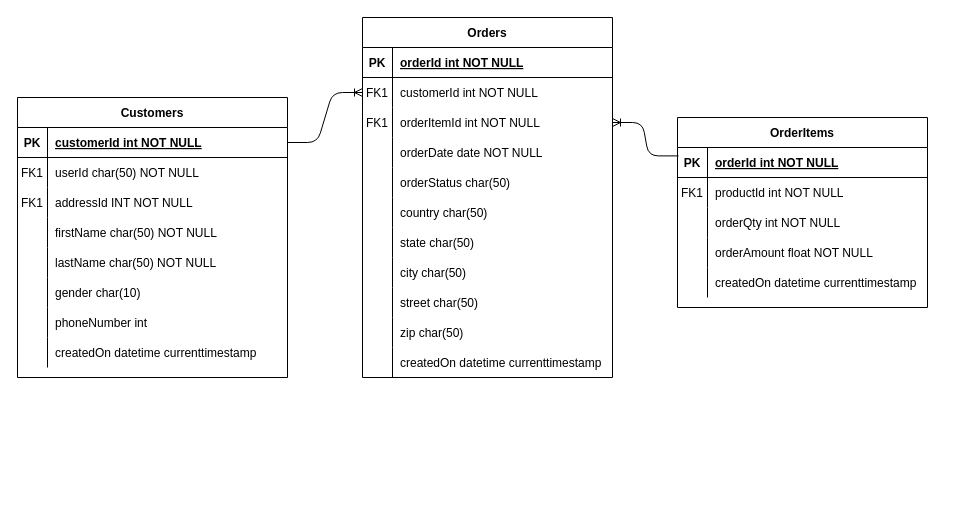
Above: page "Orders" (5 of 6) of ERD.drawio in jacupan/e-commerce (draw.io), before the change. Source tidied: cells renumbered, new cells numbered last; positions are measured from the earlier drawing's top-left corner, leaving out a move shared by most shapes. Both pictures are drawn from the tidied source at 100%, with x=0, y=0 at pixel (17, 17).
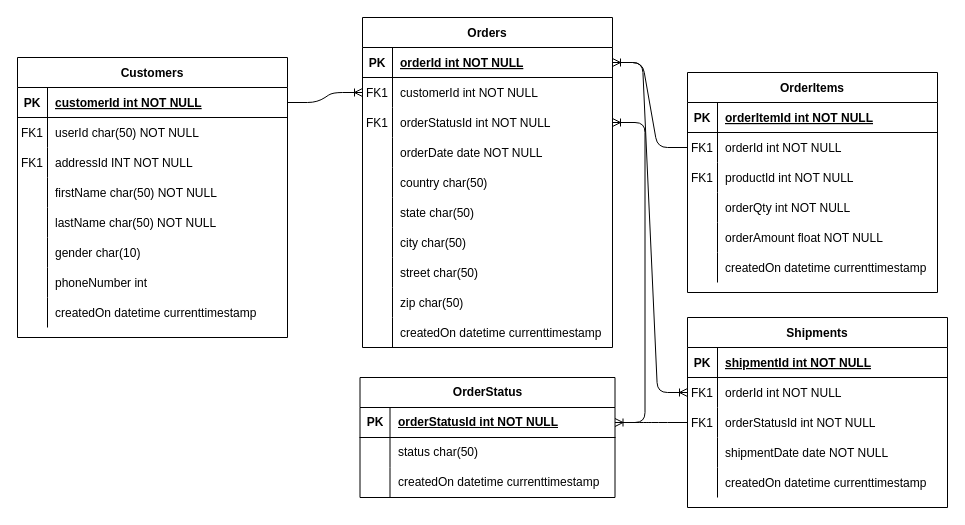
Above is the later version.

Unchanged cells that the change refers to:
```xml
<mxCell id="3" style="shape=partialRectangle;fillColor=none;points=[[0,0.5],[1,0.5]];portConstraint=eastwest;top=0;left=0;right=0;bottom=1;" parent="2" vertex="1">
  <mxGeometry y="30" width="250" height="30" as="geometry" />
</mxCell>
<mxCell id="9" style="shape=partialRectangle;fillColor=none;points=[[0,0.5],[1,0.5]];portConstraint=eastwest;top=0;left=0;right=0;bottom=0;" parent="2" vertex="1">
  <mxGeometry y="90" width="250" height="30" as="geometry" />
</mxCell>
<mxCell id="37" style="shape=partialRectangle;fillColor=none;points=[[0,0.5],[1,0.5]];portConstraint=eastwest;top=0;left=0;right=0;bottom=1;" parent="36" vertex="1">
  <mxGeometry y="30" width="250" height="30" as="geometry" />
</mxCell>
```

What changed in the source:
```diff
@@
     <mxCell id="2" value="Orders" style="shape=table;startSize=30;childLayout=tableLayout;rowLines=0;fontStyle=1;align=center;" parent="1" vertex="1">
-      <mxGeometry x="345" width="250" height="360" as="geometry" />
+      <mxGeometry x="345" width="250" height="330" as="geometry" />
     </mxCell>
@@
-    <mxCell id="10" value="FK1" style="shape=partialRectangle;overflow=hidden;fillColor=none;top=0;left=0;bottom=0;right=0;" parent="9" vertex="1">
-      <mxGeometry width="30" height="30" as="geometry" />
-    </mxCell>
-    <mxCell id="11" value="orderItemId int NOT NULL" style="shape=partialRectangle;overflow=hidden;fillColor=none;top=0;left=0;bottom=0;right=0;align=left;spacingLeft=6;" parent="9" vertex="1">
-      <mxGeometry x="30" width="220" height="30" as="geometry" />
-    </mxCell>
+    <mxCell id="79" value="FK1" style="shape=partialRectangle;overflow=hidden;fillColor=none;top=0;left=0;bottom=0;right=0;" parent="9" vertex="1">
+      <mxGeometry width="30" height="30" as="geometry" />
+    </mxCell>
+    <mxCell id="80" value="orderStatusId int NOT NULL" style="shape=partialRectangle;overflow=hidden;fillColor=none;top=0;left=0;bottom=0;right=0;align=left;spacingLeft=6;" parent="9" vertex="1">
+      <mxGeometry x="30" width="220" height="30" as="geometry" />
+    </mxCell>
@@
-    <mxCell id="15" style="shape=partialRectangle;fillColor=none;top=0;left=0;right=0;bottom=0;" parent="2" vertex="1">
-      <mxGeometry y="150" width="250" height="30" as="geometry" />
-    </mxCell>
-    <mxCell id="16" style="shape=partialRectangle;overflow=hidden;fillColor=none;top=0;left=0;bottom=0;right=0;" parent="15" vertex="1">
-      <mxGeometry width="30" height="30" as="geometry" />
-    </mxCell>
-    <mxCell id="17" value="orderStatus char(50)" style="shape=partialRectangle;overflow=hidden;fillColor=none;top=0;left=0;bottom=0;right=0;align=left;spacingLeft=6;" parent="15" vertex="1">
-      <mxGeometry x="30" width="220" height="30" as="geometry" />
-    </mxCell>
     <mxCell id="18" style="shape=partialRectangle;fillColor=none;top=0;left=0;right=0;bottom=0;" parent="2" vertex="1">
-      <mxGeometry y="180" width="250" height="30" as="geometry" />
+      <mxGeometry y="150" width="250" height="30" as="geometry" />
     </mxCell>
@@
     <mxCell id="21" style="shape=partialRectangle;fillColor=none;top=0;left=0;right=0;bottom=0;" parent="2" vertex="1">
-      <mxGeometry y="210" width="250" height="30" as="geometry" />
+      <mxGeometry y="180" width="250" height="30" as="geometry" />
     </mxCell>
@@
     <mxCell id="24" style="shape=partialRectangle;fillColor=none;top=0;left=0;right=0;bottom=0;" parent="2" vertex="1">
-      <mxGeometry y="240" width="250" height="30" as="geometry" />
+      <mxGeometry y="210" width="250" height="30" as="geometry" />
     </mxCell>
@@
     <mxCell id="27" style="shape=partialRectangle;fillColor=none;top=0;left=0;right=0;bottom=0;" parent="2" vertex="1">
-      <mxGeometry y="270" width="250" height="30" as="geometry" />
+      <mxGeometry y="240" width="250" height="30" as="geometry" />
     </mxCell>
@@
     <mxCell id="30" style="shape=partialRectangle;fillColor=none;top=0;left=0;right=0;bottom=0;" parent="2" vertex="1">
-      <mxGeometry y="300" width="250" height="30" as="geometry" />
+      <mxGeometry y="270" width="250" height="30" as="geometry" />
     </mxCell>
@@
     <mxCell id="33" style="shape=partialRectangle;fillColor=none;top=0;left=0;right=0;bottom=0;" parent="2" vertex="1">
-      <mxGeometry y="330" width="250" height="30" as="geometry" />
+      <mxGeometry y="300" width="250" height="30" as="geometry" />
     </mxCell>
@@
     <mxCell id="36" value="OrderItems" style="shape=table;startSize=30;childLayout=tableLayout;rowLines=0;fontStyle=1;align=center;" parent="1" vertex="1">
-      <mxGeometry x="660" y="100" width="250" height="190" as="geometry" />
+      <mxGeometry x="670" y="55" width="250" height="220" as="geometry" />
     </mxCell>
@@
-    <mxCell id="39" value="orderId int NOT NULL " style="shape=partialRectangle;overflow=hidden;fillColor=none;top=0;left=0;bottom=0;right=0;align=left;spacingLeft=6;fontStyle=5;" parent="37" vertex="1">
+    <mxCell id="39" value="orderItemId int NOT NULL " style="shape=partialRectangle;overflow=hidden;fillColor=none;top=0;left=0;bottom=0;right=0;align=left;spacingLeft=6;fontStyle=5;" parent="37" vertex="1">
       <mxGeometry x="30" width="220" height="30" as="geometry" />
     </mxCell>
+    <mxCell id="81" style="shape=partialRectangle;fillColor=none;points=[[0,0.5],[1,0.5]];portConstraint=eastwest;top=0;left=0;right=0;bottom=0;" parent="36" vertex="1">
+      <mxGeometry y="60" width="250" height="30" as="geometry" />
+    </mxCell>
+    <mxCell id="82" value="FK1" style="shape=partialRectangle;overflow=hidden;fillColor=none;top=0;left=0;bottom=0;right=0;" parent="81" vertex="1">
+      <mxGeometry width="30" height="30" as="geometry" />
+    </mxCell>
+    <mxCell id="83" value="orderId int NOT NULL" style="shape=partialRectangle;overflow=hidden;fillColor=none;top=0;left=0;bottom=0;right=0;align=left;spacingLeft=6;" parent="81" vertex="1">
+      <mxGeometry x="30" width="220" height="30" as="geometry" />
+    </mxCell>
     <mxCell id="40" style="shape=partialRectangle;fillColor=none;top=0;left=0;right=0;bottom=0;" parent="36" vertex="1">
-      <mxGeometry y="60" width="250" height="30" as="geometry" />
+      <mxGeometry y="90" width="250" height="30" as="geometry" />
     </mxCell>
@@
     <mxCell id="43" style="shape=partialRectangle;fillColor=none;top=0;left=0;right=0;bottom=0;" parent="36" vertex="1">
-      <mxGeometry y="90" width="250" height="30" as="geometry" />
+      <mxGeometry y="120" width="250" height="30" as="geometry" />
     </mxCell>
@@
     <mxCell id="46" style="shape=partialRectangle;fillColor=none;top=0;left=0;right=0;bottom=0;" parent="36" vertex="1">
-      <mxGeometry y="120" width="250" height="30" as="geometry" />
+      <mxGeometry y="150" width="250" height="30" as="geometry" />
     </mxCell>
@@
     <mxCell id="49" style="shape=partialRectangle;fillColor=none;top=0;left=0;right=0;bottom=0;" parent="36" vertex="1">
-      <mxGeometry y="150" width="250" height="30" as="geometry" />
+      <mxGeometry y="180" width="250" height="30" as="geometry" />
     </mxCell>
@@
-    <mxCell id="52" style="edgeStyle=entityRelationEdgeStyle;fontSize=12;html=1;endArrow=ERoneToMany;rounded=1;exitX=0.004;exitY=0.28;exitDx=0;exitDy=0;exitPerimeter=0;curved=0;" parent="1" edge="1" source="37" target="9">
-      <mxGeometry relative="1" as="geometry" />
-    </mxCell>
     <mxCell id="53" value="Customers" style="shape=table;startSize=30;childLayout=tableLayout;rowLines=0;fontStyle=1;align=center;" parent="1" vertex="1">
-      <mxGeometry y="80" width="270" height="280" as="geometry" />
+      <mxGeometry y="40" width="270" height="280" as="geometry" />
     </mxCell>
@@
+    <mxCell id="84" style="edgeStyle=entityRelationEdgeStyle;fontSize=12;html=1;endArrow=ERoneToMany;rounded=1;curved=0;" parent="1" edge="1" source="81" target="3">
+      <mxGeometry relative="1" as="geometry" />
+    </mxCell>
+    <mxCell id="85" value="OrderStatus" style="shape=table;startSize=30;childLayout=tableLayout;rowLines=0;fontStyle=1;align=center;html=1;" parent="1" vertex="1">
+      <mxGeometry x="342.5" y="360" width="255" height="120" as="geometry" />
+    </mxCell>
+    <mxCell id="86" style="shape=tableRow;horizontal=0;startSize=0;swimlaneHead=0;swimlaneBody=0;fillColor=none;points=[[0,0.5],[1,0.5]];portConstraint=eastwest;top=0;left=0;right=0;bottom=1;" parent="85" vertex="1">
+      <mxGeometry y="30" width="255" height="30" as="geometry" />
+    </mxCell>
+    <mxCell id="87" value="PK" style="shape=partialRectangle;fillColor=none;top=0;left=0;bottom=0;right=0;fontStyle=1;overflow=hidden;whiteSpace=wrap;html=1;" parent="86" vertex="1">
+      <mxGeometry width="30" height="30" as="geometry" />
+    </mxCell>
+    <mxCell id="88" value="orderStatusId int NOT NULL" style="shape=partialRectangle;fillColor=none;top=0;left=0;bottom=0;right=0;align=left;spacingLeft=6;fontStyle=5;overflow=hidden;whiteSpace=wrap;html=1;" parent="86" vertex="1">
+      <mxGeometry x="30" width="225" height="30" as="geometry" />
+    </mxCell>
+    <mxCell id="89" style="shape=tableRow;horizontal=0;startSize=0;swimlaneHead=0;swimlaneBody=0;fillColor=none;top=0;left=0;right=0;bottom=0;" parent="85" vertex="1">
+      <mxGeometry y="60" width="255" height="30" as="geometry" />
+    </mxCell>
+    <mxCell id="90" style="shape=partialRectangle;fillColor=none;top=0;left=0;bottom=0;right=0;overflow=hidden;whiteSpace=wrap;html=1;" parent="89" vertex="1">
+      <mxGeometry width="30" height="30" as="geometry" />
+    </mxCell>
+    <mxCell id="91" value="status char(50)" style="shape=partialRectangle;fillColor=none;top=0;left=0;bottom=0;right=0;align=left;spacingLeft=6;overflow=hidden;whiteSpace=wrap;html=1;" parent="89" vertex="1">
+      <mxGeometry x="30" width="225" height="30" as="geometry" />
+    </mxCell>
+    <mxCell id="92" style="shape=tableRow;horizontal=0;startSize=0;swimlaneHead=0;swimlaneBody=0;fillColor=none;top=0;left=0;right=0;bottom=0;" parent="85" vertex="1">
+      <mxGeometry y="90" width="255" height="30" as="geometry" />
+    </mxCell>
+    <mxCell id="93" style="shape=partialRectangle;fillColor=none;top=0;left=0;bottom=0;right=0;overflow=hidden;whiteSpace=wrap;html=1;" parent="92" vertex="1">
+      <mxGeometry width="30" height="30" as="geometry" />
+    </mxCell>
+    <mxCell id="94" value="createdOn&amp;nbsp;datetime currenttimestamp" style="shape=partialRectangle;fillColor=none;top=0;left=0;bottom=0;right=0;align=left;spacingLeft=6;overflow=hidden;whiteSpace=wrap;html=1;" parent="92" vertex="1">
+      <mxGeometry x="30" width="225" height="30" as="geometry" />
+    </mxCell>
+    <mxCell id="95" value="Shipments" style="shape=table;startSize=30;childLayout=tableLayout;rowLines=0;fontStyle=1;align=center;" parent="1" vertex="1">
+      <mxGeometry x="670" y="300" width="260" height="190" as="geometry" />
+    </mxCell>
+    <mxCell id="96" style="shape=partialRectangle;fillColor=none;top=0;left=0;right=0;bottom=1;" parent="95" vertex="1">
+      <mxGeometry y="30" width="260" height="30" as="geometry" />
+    </mxCell>
+    <mxCell id="97" value="PK" style="shape=partialRectangle;overflow=hidden;fillColor=none;top=0;left=0;bottom=0;right=0;fontStyle=1;" parent="96" vertex="1">
+      <mxGeometry width="30" height="30" as="geometry" />
+    </mxCell>
+    <mxCell id="98" value="shipmentId int NOT NULL " style="shape=partialRectangle;overflow=hidden;fillColor=none;top=0;left=0;bottom=0;right=0;align=left;spacingLeft=6;fontStyle=5;" parent="96" vertex="1">
+      <mxGeometry x="30" width="230" height="30" as="geometry" />
+    </mxCell>
+    <mxCell id="99" style="shape=partialRectangle;fillColor=none;points=[[0,0.5],[1,0.5]];portConstraint=eastwest;top=0;left=0;right=0;bottom=0;" parent="95" vertex="1">
+      <mxGeometry y="60" width="260" height="30" as="geometry" />
+    </mxCell>
+    <mxCell id="100" value="FK1" style="shape=partialRectangle;overflow=hidden;fillColor=none;top=0;left=0;bottom=0;right=0;" parent="99" vertex="1">
+      <mxGeometry width="30" height="30" as="geometry" />
+    </mxCell>
+    <mxCell id="101" value="orderId int NOT NULL" style="shape=partialRectangle;overflow=hidden;fillColor=none;top=0;left=0;bottom=0;right=0;align=left;spacingLeft=6;" parent="99" vertex="1">
+      <mxGeometry x="30" width="230" height="30" as="geometry" />
+    </mxCell>
+    <mxCell id="102" style="shape=partialRectangle;fillColor=none;points=[[0,0.5],[1,0.5]];portConstraint=eastwest;top=0;left=0;right=0;bottom=0;" parent="95" vertex="1">
+      <mxGeometry y="90" width="260" height="30" as="geometry" />
+    </mxCell>
+    <mxCell id="103" value="FK1" style="shape=partialRectangle;overflow=hidden;fillColor=none;top=0;left=0;bottom=0;right=0;" parent="102" vertex="1">
+      <mxGeometry width="30" height="30" as="geometry" />
+    </mxCell>
+    <mxCell id="104" value="orderStatusId int NOT NULL" style="shape=partialRectangle;overflow=hidden;fillColor=none;top=0;left=0;bottom=0;right=0;align=left;spacingLeft=6;" parent="102" vertex="1">
+      <mxGeometry x="30" width="230" height="30" as="geometry" />
+    </mxCell>
+    <mxCell id="105" style="shape=partialRectangle;fillColor=none;top=0;left=0;right=0;bottom=0;" parent="95" vertex="1">
+      <mxGeometry y="120" width="260" height="30" as="geometry" />
+    </mxCell>
+    <mxCell id="106" style="shape=partialRectangle;overflow=hidden;fillColor=none;top=0;left=0;bottom=0;right=0;" parent="105" vertex="1">
+      <mxGeometry width="30" height="30" as="geometry" />
+    </mxCell>
+    <mxCell id="107" value="shipmentDate date NOT NULL" style="shape=partialRectangle;overflow=hidden;fillColor=none;top=0;left=0;bottom=0;right=0;align=left;spacingLeft=6;" parent="105" vertex="1">
+      <mxGeometry x="30" width="230" height="30" as="geometry" />
+    </mxCell>
+    <mxCell id="108" style="shape=partialRectangle;fillColor=none;top=0;left=0;right=0;bottom=0;" parent="95" vertex="1">
+      <mxGeometry y="150" width="260" height="30" as="geometry" />
+    </mxCell>
+    <mxCell id="109" style="shape=partialRectangle;overflow=hidden;fillColor=none;top=0;left=0;bottom=0;right=0;" parent="108" vertex="1">
+      <mxGeometry width="30" height="30" as="geometry" />
+    </mxCell>
+    <mxCell id="110" value="createdOn datetime currenttimestamp" style="shape=partialRectangle;overflow=hidden;fillColor=none;top=0;left=0;bottom=0;right=0;align=left;spacingLeft=6;" parent="108" vertex="1">
+      <mxGeometry x="30" width="230" height="30" as="geometry" />
+    </mxCell>
+    <mxCell id="111" style="edgeStyle=entityRelationEdgeStyle;fontSize=12;html=1;endArrow=ERoneToMany;rounded=1;exitX=1;exitY=0.5;exitDx=0;exitDy=0;curved=0;" parent="1" edge="1" source="3" target="99">
+      <mxGeometry relative="1" as="geometry" />
+    </mxCell>
+    <mxCell id="112" style="edgeStyle=entityRelationEdgeStyle;fontSize=12;html=1;endArrow=ERoneToMany;rounded=1;curved=0;" parent="1" edge="1" source="86" target="9">
+      <mxGeometry relative="1" as="geometry" />
+    </mxCell>
+    <mxCell id="113" style="edgeStyle=entityRelationEdgeStyle;fontSize=12;html=1;endArrow=ERoneToMany;rounded=1;curved=0;" parent="1" edge="1" source="102" target="86">
+      <mxGeometry relative="1" as="geometry">
+        <Array as="points">
+          <mxPoint x="210" y="-20" />
+          <mxPoint x="300" y="10" />
+        </Array>
+      </mxGeometry>
+    </mxCell>
```
